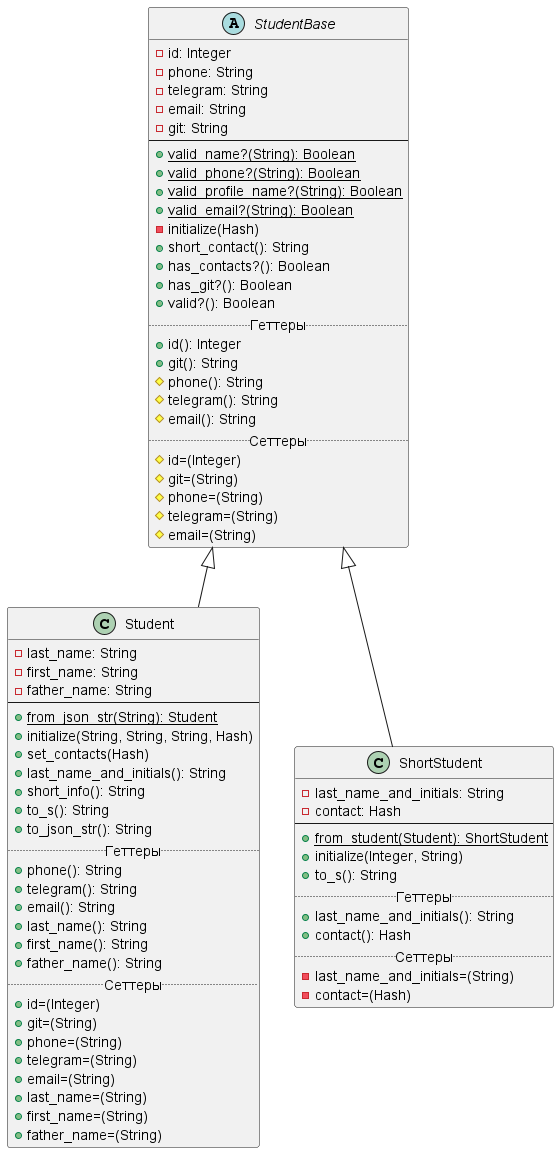
Earlier version of the PlantUML export Diagrams/lab2.png (r1411/PatternsLabs).
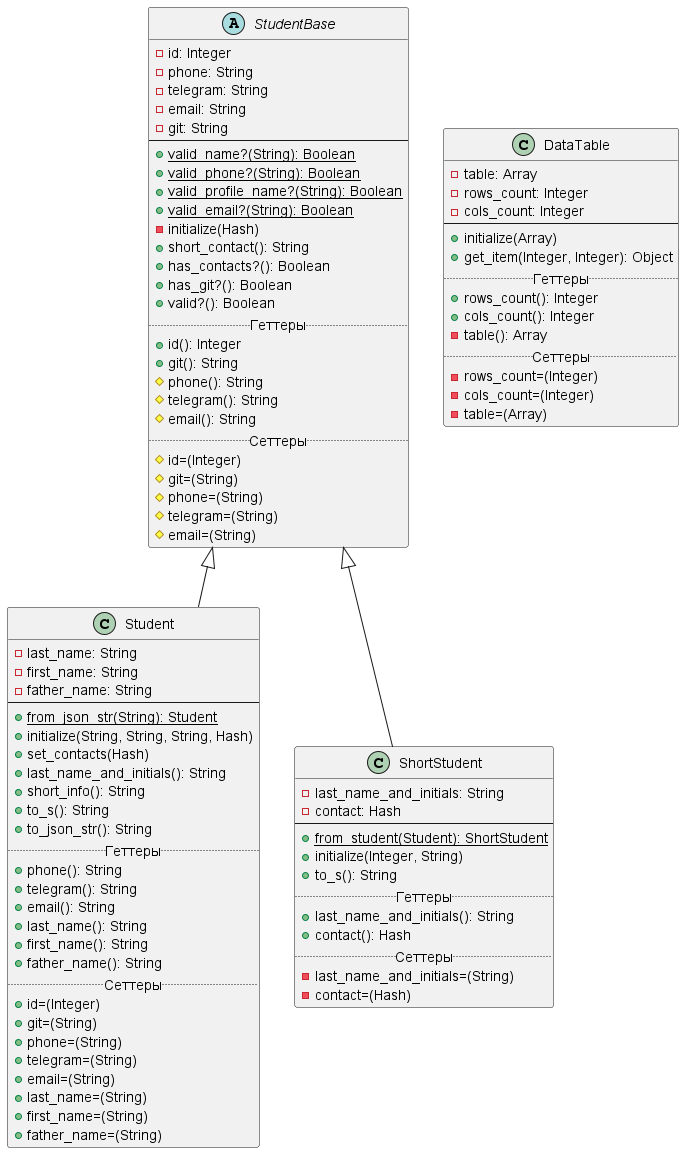
The same diagram one commit later.

Commit message:
Класс DataTable (Задание 3.1, 3.2)

Diff of the diagram source:
```diff
@@ -75,4 +75,21 @@
     -contact=(Hash)
 }
 
+class DataTable {
+    -table: Array
+    -rows_count: Integer
+    -cols_count: Integer
+    --
+    +initialize(Array)
+    +get_item(Integer, Integer): Object
+    .. Геттеры ..
+    +rows_count(): Integer
+    +cols_count(): Integer
+    -table(): Array
+    .. Сеттеры ..
+    -rows_count=(Integer)
+    -cols_count=(Integer)
+    -table=(Array)
+}
+
 @enduml
```
